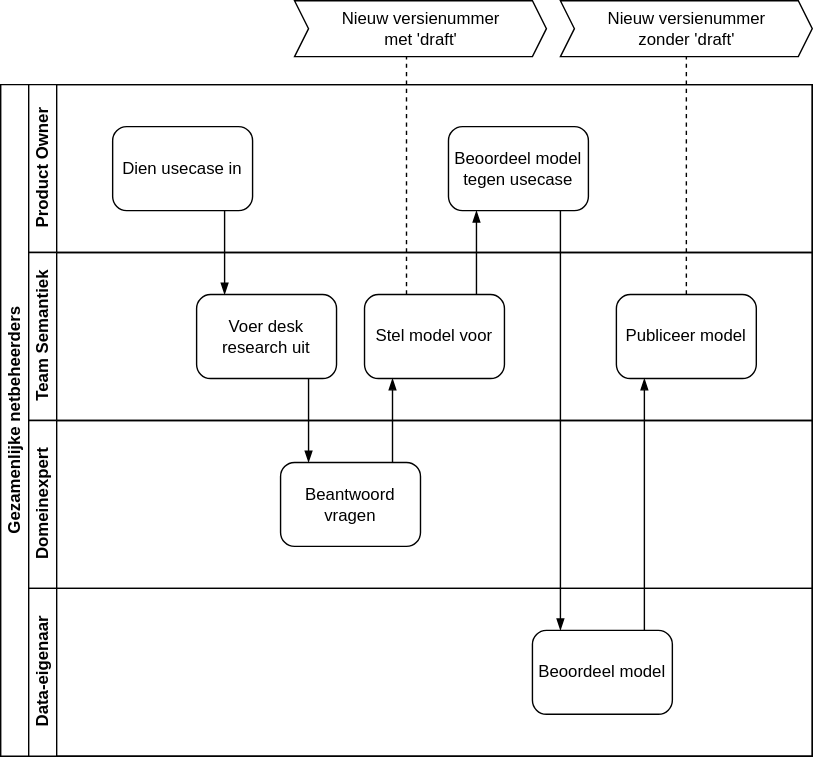
Above: docs/assets/images/proces.drawio.svg in Netbeheer-Nederland/stelsel (draw.io), before the change. Source tidied: cells renumbered, new cells last; positions are measured from the earlier drawing's top-left corner, leaving out a move shared by most shapes.
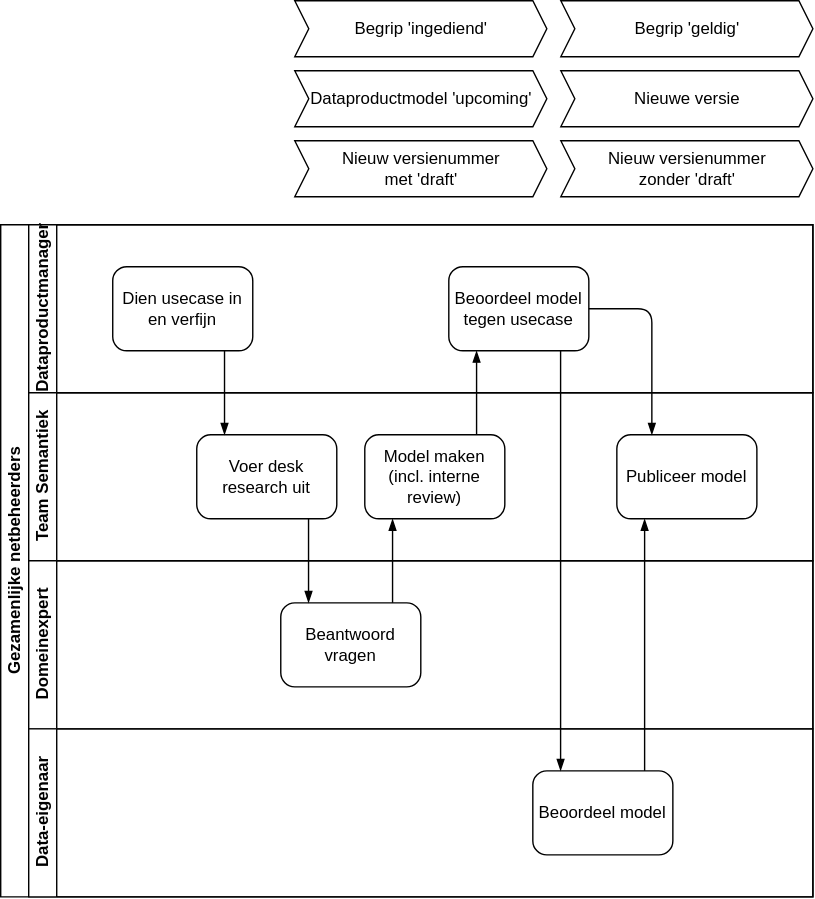
After the commit.

What changed in the source:
```diff
@@ -5,10 +5,10 @@
     <mxCell id="2" value="Gezamenlijke netbeheerders" style="swimlane;html=1;horizontal=0;startSize=20;whiteSpace=wrap;strokeColor=default;" parent="1" vertex="1">
       <mxGeometry y="60" width="580" height="480" as="geometry" />
     </mxCell>
-    <mxCell id="3" value="Product Owner" style="swimlane;html=1;startSize=20;horizontal=0;strokeColor=default;" parent="2" vertex="1">
+    <mxCell id="3" value="Dataproductmanager" style="swimlane;html=1;startSize=20;horizontal=0;strokeColor=default;" parent="2" vertex="1">
       <mxGeometry x="20" width="560" height="120" as="geometry" />
     </mxCell>
-    <mxCell id="4" value="Dien usecase in" style="points=[[0.25,0,0],[0.5,0,0],[0.75,0,0],[1,0.25,0],[1,0.5,0],[1,0.75,0],[0.75,1,0],[0.5,1,0],[0.25,1,0],[0,0.75,0],[0,0.5,0],[0,0.25,0]];shape=mxgraph.bpmn.task;whiteSpace=wrap;rectStyle=rounded;size=10;html=1;taskMarker=abstract;spacing=5;strokeColor=default;" parent="3" vertex="1">
+    <mxCell id="4" value="Dien usecase in en verfijn" style="points=[[0.25,0,0],[0.5,0,0],[0.75,0,0],[1,0.25,0],[1,0.5,0],[1,0.75,0],[0.75,1,0],[0.5,1,0],[0.25,1,0],[0,0.75,0],[0,0.5,0],[0,0.25,0]];shape=mxgraph.bpmn.task;whiteSpace=wrap;rectStyle=rounded;size=10;html=1;taskMarker=abstract;spacing=5;strokeColor=default;" parent="3" vertex="1">
       <mxGeometry x="60" y="30" width="100" height="60" as="geometry" />
     </mxCell>
     <mxCell id="5" value="Beoordeel model tegen usecase" style="points=[[0.25,0,0],[0.5,0,0],[0.75,0,0],[1,0.25,0],[1,0.5,0],[1,0.75,0],[0.75,1,0],[0.5,1,0],[0.25,1,0],[0,0.75,0],[0,0.5,0],[0,0.25,0]];shape=mxgraph.bpmn.task;whiteSpace=wrap;rectStyle=rounded;size=10;html=1;taskMarker=abstract;spacing=5;strokeColor=default;" parent="3" vertex="1">
@@ -20,7 +20,7 @@
     <mxCell id="7" value="Voer desk research uit" style="points=[[0.25,0,0],[0.5,0,0],[0.75,0,0],[1,0.25,0],[1,0.5,0],[1,0.75,0],[0.75,1,0],[0.5,1,0],[0.25,1,0],[0,0.75,0],[0,0.5,0],[0,0.25,0]];shape=mxgraph.bpmn.task;whiteSpace=wrap;rectStyle=rounded;size=10;html=1;taskMarker=abstract;spacing=5;strokeColor=default;" parent="6" vertex="1">
       <mxGeometry x="120" y="30" width="100" height="60" as="geometry" />
     </mxCell>
-    <mxCell id="8" value="Stel model voor" style="points=[[0.25,0,0],[0.5,0,0],[0.75,0,0],[1,0.25,0],[1,0.5,0],[1,0.75,0],[0.75,1,0],[0.5,1,0],[0.25,1,0],[0,0.75,0],[0,0.5,0],[0,0.25,0]];shape=mxgraph.bpmn.task;whiteSpace=wrap;rectStyle=rounded;size=10;html=1;taskMarker=abstract;spacing=5;strokeColor=default;" parent="6" vertex="1">
+    <mxCell id="8" value="Model maken (incl. interne review)" style="points=[[0.25,0,0],[0.5,0,0],[0.75,0,0],[1,0.25,0],[1,0.5,0],[1,0.75,0],[0.75,1,0],[0.5,1,0],[0.25,1,0],[0,0.75,0],[0,0.5,0],[0,0.25,0]];shape=mxgraph.bpmn.task;whiteSpace=wrap;rectStyle=rounded;size=10;html=1;taskMarker=abstract;spacing=5;strokeColor=default;" parent="6" vertex="1">
       <mxGeometry x="240" y="30" width="100" height="60" as="geometry" />
     </mxCell>
     <mxCell id="9" value="Publiceer model" style="points=[[0.25,0,0],[0.5,0,0],[0.75,0,0],[1,0.25,0],[1,0.5,0],[1,0.75,0],[0.75,1,0],[0.5,1,0],[0.25,1,0],[0,0.75,0],[0,0.5,0],[0,0.25,0]];shape=mxgraph.bpmn.task;whiteSpace=wrap;rectStyle=rounded;size=10;html=1;taskMarker=abstract;spacing=5;strokeColor=default;" parent="6" vertex="1">
@@ -50,30 +50,38 @@
     <mxCell id="17" style="edgeStyle=elbowEdgeStyle;fontSize=12;html=1;endArrow=blockThin;endFill=1;strokeColor=default;" parent="2" edge="1" source="8" target="5">
       <mxGeometry relative="1" as="geometry" />
     </mxCell>
-    <mxCell id="18" style="edgeStyle=elbowEdgeStyle;fontSize=12;html=1;endArrow=blockThin;endFill=1;strokeColor=default;" parent="2" edge="1" source="5" target="13">
-      <mxGeometry relative="1" as="geometry" />
+    <mxCell id="18" style="edgeStyle=elbowEdgeStyle;fontSize=12;html=1;endArrow=blockThin;endFill=1;strokeColor=default;" parent="2" edge="1" source="5">
+      <mxGeometry relative="1" as="geometry">
+        <mxPoint x="400" y="390" as="targetPoint" />
+      </mxGeometry>
     </mxCell>
     <mxCell id="19" style="edgeStyle=elbowEdgeStyle;fontSize=12;html=1;endArrow=blockThin;endFill=1;strokeColor=default;" parent="2" edge="1" source="13" target="9">
       <mxGeometry relative="1" as="geometry" />
     </mxCell>
-    <mxCell id="20" style="endArrow=none;dashed=1;html=1;edgeStyle=elbowEdgeStyle;strokeColor=default;" parent="1" edge="1" target="23">
-      <mxGeometry relative="1" as="geometry">
-        <mxPoint x="490" y="210" as="sourcePoint" />
-      </mxGeometry>
-    </mxCell>
-    <mxCell id="21" style="endArrow=none;dashed=1;html=1;edgeStyle=elbowEdgeStyle;strokeColor=default;" parent="1" edge="1" target="22">
-      <mxGeometry relative="1" as="geometry">
-        <mxPoint x="290" y="210" as="sourcePoint" />
-        <Array as="points">
-          <mxPoint x="290" y="125" />
-        </Array>
-      </mxGeometry>
-    </mxCell>
+    <mxCell id="24" style="edgeStyle=elbowEdgeStyle;fontSize=12;html=1;endArrow=blockThin;endFill=1;strokeColor=default;entryX=0.25;entryY=0;entryDx=0;entryDy=0;entryPerimeter=0;" parent="2" edge="1" source="5" target="9">
+      <mxGeometry relative="1" as="geometry">
+        <Array as="points">
+          <mxPoint x="465" y="100" />
+        </Array>
+      </mxGeometry>
+    </mxCell>
     <mxCell id="22" value="&lt;font&gt;Nieuw versienummer&lt;/font&gt;&lt;div&gt;&lt;font&gt;met 'draft'&lt;/font&gt;&lt;/div&gt;" style="html=1;shadow=0;dashed=0;align=center;verticalAlign=middle;shape=mxgraph.arrows2.arrow;dy=0;dx=10;notch=10;strokeColor=default;" parent="1" vertex="1">
       <mxGeometry x="210" width="180" height="40" as="geometry" />
     </mxCell>
     <mxCell id="23" value="&lt;font&gt;Nieuw versienummer&lt;/font&gt;&lt;div&gt;&lt;font&gt;zonder 'draft'&lt;/font&gt;&lt;/div&gt;" style="html=1;shadow=0;dashed=0;align=center;verticalAlign=middle;shape=mxgraph.arrows2.arrow;dy=0;dx=10;notch=10;strokeColor=default;" parent="1" vertex="1">
       <mxGeometry x="400" width="180" height="40" as="geometry" />
     </mxCell>
+    <mxCell id="25" value="Dataproductmodel 'upcoming'" style="html=1;shadow=0;dashed=0;align=center;verticalAlign=middle;shape=mxgraph.arrows2.arrow;dy=0;dx=10;notch=10;strokeColor=default;" parent="1" vertex="1">
+      <mxGeometry x="210" y="-50" width="180" height="40" as="geometry" />
+    </mxCell>
+    <mxCell id="26" value="Nieuwe versie" style="html=1;shadow=0;dashed=0;align=center;verticalAlign=middle;shape=mxgraph.arrows2.arrow;dy=0;dx=10;notch=10;strokeColor=default;" parent="1" vertex="1">
+      <mxGeometry x="400" y="-50" width="180" height="40" as="geometry" />
+    </mxCell>
+    <mxCell id="27" value="Begrip 'ingediend'" style="html=1;shadow=0;dashed=0;align=center;verticalAlign=middle;shape=mxgraph.arrows2.arrow;dy=0;dx=10;notch=10;strokeColor=default;" parent="1" vertex="1">
+      <mxGeometry x="210" y="-100" width="180" height="40" as="geometry" />
+    </mxCell>
+    <mxCell id="28" value="Begrip 'geldig'" style="html=1;shadow=0;dashed=0;align=center;verticalAlign=middle;shape=mxgraph.arrows2.arrow;dy=0;dx=10;notch=10;strokeColor=default;" parent="1" vertex="1">
+      <mxGeometry x="400" y="-100" width="180" height="40" as="geometry" />
+    </mxCell>
   </root>
 </mxGraphModel>
```
